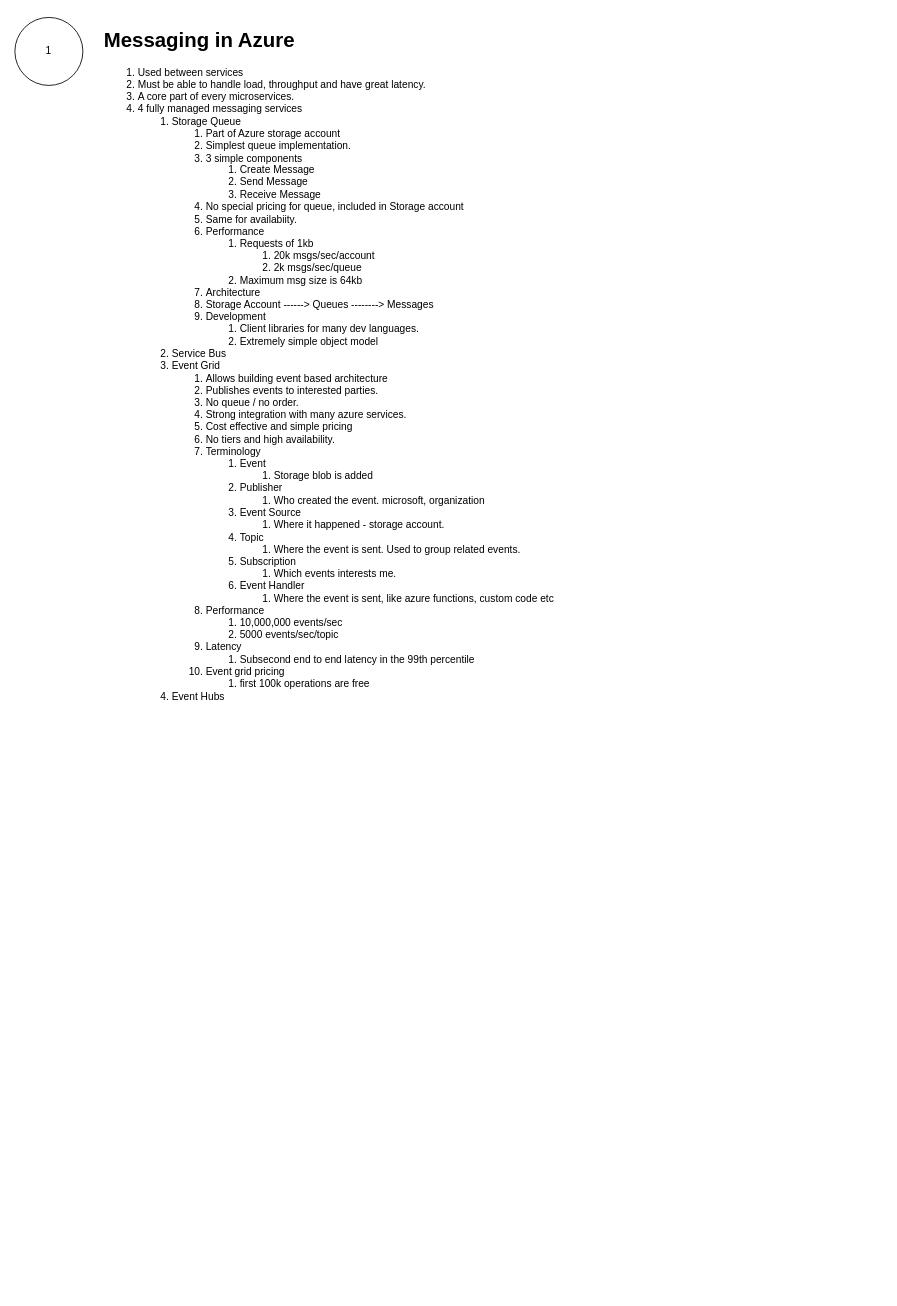
Before: page "Azure Data - Messaging" (8 of 8) of Azure detailed.drawio in snair0410/cv, a draw.io diagram. Source tidied: cells renumbered, new cells numbered last; positions are measured from the earlier drawing's top-left corner, leaving out a move shared by most shapes. Both pictures are drawn from the tidied source at 85%, with x=0, y=0 at pixel (14, 17).
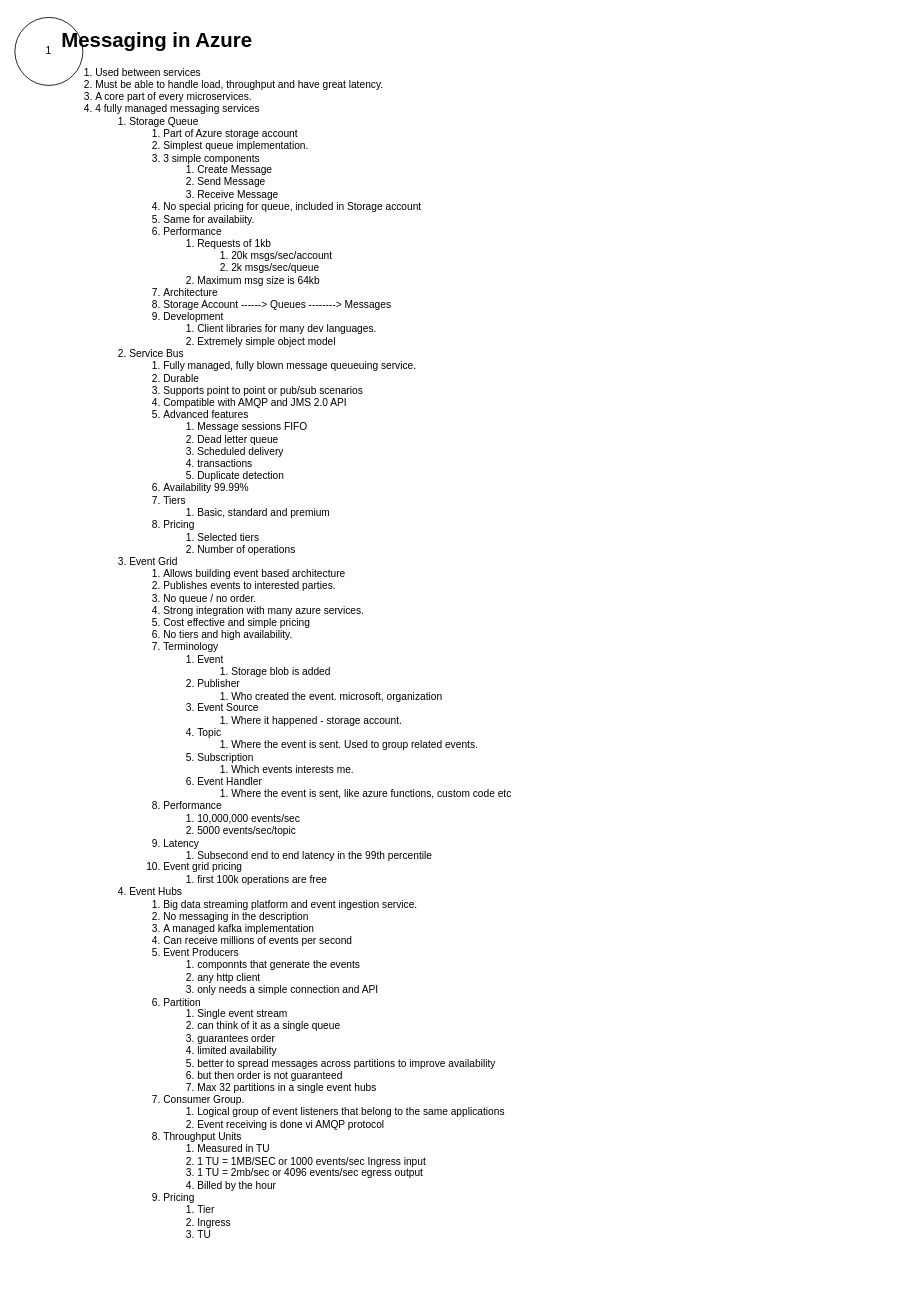
Above is the later version.

The edit, as a diff of the source:
```diff
@@
 <mxGraphModel>
   <root>
     <mxCell id="0" />
     <mxCell id="1" parent="0" />
     <mxCell id="2" value="1" style="ellipse;whiteSpace=wrap;html=1;" parent="1" vertex="1">
       <mxGeometry width="80" height="80" as="geometry" />
     </mxCell>
-    <mxCell id="3" value="&lt;h1&gt;Messaging in Azure&lt;/h1&gt;&lt;div&gt;&lt;ol&gt;&lt;li&gt;Used between services&lt;/li&gt;&lt;li&gt;Must be able to handle load, throughput and have great latency.&lt;/li&gt;&lt;li&gt;A core part of every microservices.&amp;nbsp;&lt;/li&gt;&lt;li&gt;4 fully managed messaging services&lt;/li&gt;&lt;ol&gt;&lt;li&gt;Storage Queue&lt;/li&gt;&lt;ol&gt;&lt;li&gt;Part of Azure storage account&lt;/li&gt;&lt;li&gt;Simplest queue implementation.&lt;/li&gt;&lt;li&gt;3 simple components&lt;/li&gt;&lt;ol&gt;&lt;li&gt;Create Message&lt;/li&gt;&lt;li&gt;Send Message&lt;/li&gt;&lt;li&gt;Receive Message&lt;/li&gt;&lt;/ol&gt;&lt;li&gt;No special pricing for queue, included in Storage account&lt;/li&gt;&lt;li&gt;Same for availabiity.&lt;/li&gt;&lt;li&gt;Performance&lt;/li&gt;&lt;ol&gt;&lt;li&gt;Requests of 1kb&lt;/li&gt;&lt;ol&gt;&lt;li&gt;20k msgs/sec/account&lt;/li&gt;&lt;li&gt;2k msgs/sec/queue&lt;/li&gt;&lt;/ol&gt;&lt;li&gt;Maximum msg size is 64kb&lt;/li&gt;&lt;/ol&gt;&lt;li&gt;Architecture&lt;/li&gt;&lt;li&gt;Storage Account ------&amp;gt; Queues --------&amp;gt; Messages&lt;/li&gt;&lt;li&gt;Development&amp;nbsp;&lt;/li&gt;&lt;ol&gt;&lt;li&gt;Client libraries for many dev languages.&lt;/li&gt;&lt;li&gt;Extremely simple object model&amp;nbsp;&lt;/li&gt;&lt;/ol&gt;&lt;/ol&gt;&lt;li&gt;Service Bus&lt;/li&gt;&lt;li&gt;Event Grid&lt;/li&gt;&lt;ol&gt;&lt;li&gt;Allows building event based architecture&lt;/li&gt;&lt;li&gt;Publishes events to interested parties.&lt;/li&gt;&lt;li&gt;No queue / no order.&lt;/li&gt;&lt;li&gt;Strong integration with many azure services.&lt;/li&gt;&lt;li&gt;Cost effective and simple pricing&lt;/li&gt;&lt;li&gt;No tiers and high availability.&amp;nbsp;&lt;/li&gt;&lt;li&gt;Terminology&lt;/li&gt;&lt;ol&gt;&lt;li&gt;Event&amp;nbsp;&lt;/li&gt;&lt;ol&gt;&lt;li&gt;Storage blob is added&amp;nbsp;&lt;/li&gt;&lt;/ol&gt;&lt;li&gt;Publisher&lt;/li&gt;&lt;ol&gt;&lt;li&gt;Who created the event. microsoft, organization&lt;/li&gt;&lt;/ol&gt;&lt;li&gt;Event Source&lt;/li&gt;&lt;ol&gt;&lt;li&gt;Where it happened - storage account.&lt;/li&gt;&lt;/ol&gt;&lt;li&gt;Topic&lt;/li&gt;&lt;ol&gt;&lt;li&gt;Where the event is sent. Used to group related events.&lt;/li&gt;&lt;/ol&gt;&lt;li&gt;Subscription&lt;/li&gt;&lt;ol&gt;&lt;li&gt;Which events interests me.&amp;nbsp;&lt;/li&gt;&lt;/ol&gt;&lt;li&gt;Event Handler&lt;/li&gt;&lt;ol&gt;&lt;li&gt;Where the event is sent, like azure functions, custom code etc&amp;nbsp;&lt;/li&gt;&lt;/ol&gt;&lt;/ol&gt;&lt;li&gt;Performance&amp;nbsp;&lt;/li&gt;&lt;ol&gt;&lt;li&gt;10,000,000 events/sec&lt;/li&gt;&lt;li&gt;5000 events/sec/topic&lt;/li&gt;&lt;/ol&gt;&lt;li&gt;Latency&lt;/li&gt;&lt;ol&gt;&lt;li&gt;Subsecond end to end latency in the 99th percentile&lt;/li&gt;&lt;/ol&gt;&lt;li&gt;Event grid pricing&lt;/li&gt;&lt;ol&gt;&lt;li&gt;first 100k operations are free&lt;/li&gt;&lt;/ol&gt;&lt;/ol&gt;&lt;li&gt;Event Hubs&lt;/li&gt;&lt;/ol&gt;&lt;/ol&gt;&lt;/div&gt;" style="text;html=1;strokeColor=none;fillColor=none;spacing=5;spacingTop=-20;whiteSpace=wrap;overflow=hidden;rounded=0;" parent="1" vertex="1">
-      <mxGeometry x="100" y="7" width="920" height="1333" as="geometry" />
+    <mxCell id="3" value="&lt;h1&gt;Messaging in Azure&lt;/h1&gt;&lt;div&gt;&lt;ol&gt;&lt;li&gt;Used between services&lt;/li&gt;&lt;li&gt;Must be able to handle load, throughput and have great latency.&lt;/li&gt;&lt;li&gt;A core part of every microservices.&amp;nbsp;&lt;/li&gt;&lt;li&gt;4 fully managed messaging services&lt;/li&gt;&lt;ol&gt;&lt;li&gt;Storage Queue&lt;/li&gt;&lt;ol&gt;&lt;li&gt;Part of Azure storage account&lt;/li&gt;&lt;li&gt;Simplest queue implementation.&lt;/li&gt;&lt;li&gt;3 simple components&lt;/li&gt;&lt;ol&gt;&lt;li&gt;Create Message&lt;/li&gt;&lt;li&gt;Send Message&lt;/li&gt;&lt;li&gt;Receive Message&lt;/li&gt;&lt;/ol&gt;&lt;li&gt;No special pricing for queue, included in Storage account&lt;/li&gt;&lt;li&gt;Same for availabiity.&lt;/li&gt;&lt;li&gt;Performance&lt;/li&gt;&lt;ol&gt;&lt;li&gt;Requests of 1kb&lt;/li&gt;&lt;ol&gt;&lt;li&gt;20k msgs/sec/account&lt;/li&gt;&lt;li&gt;2k msgs/sec/queue&lt;/li&gt;&lt;/ol&gt;&lt;li&gt;Maximum msg size is 64kb&lt;/li&gt;&lt;/ol&gt;&lt;li&gt;Architecture&lt;/li&gt;&lt;li&gt;Storage Account ------&amp;gt; Queues --------&amp;gt; Messages&lt;/li&gt;&lt;li&gt;Development&amp;nbsp;&lt;/li&gt;&lt;ol&gt;&lt;li&gt;Client libraries for many dev languages.&lt;/li&gt;&lt;li&gt;Extremely simple object model&amp;nbsp;&lt;/li&gt;&lt;/ol&gt;&lt;/ol&gt;&lt;li&gt;Service Bus&lt;/li&gt;&lt;ol&gt;&lt;li&gt;Fully managed, fully blown message queueuing service.&amp;nbsp;&lt;/li&gt;&lt;li&gt;Durable&lt;/li&gt;&lt;li&gt;Supports point to point or pub/sub scenarios&lt;/li&gt;&lt;li&gt;Compatible with AMQP and JMS 2.0 API&lt;/li&gt;&lt;li&gt;Advanced features&lt;/li&gt;&lt;ol&gt;&lt;li&gt;Message sessions FIFO&lt;/li&gt;&lt;li&gt;Dead letter queue&lt;/li&gt;&lt;li&gt;Scheduled delivery&lt;/li&gt;&lt;li&gt;transactions&lt;/li&gt;&lt;li&gt;Duplicate detection&lt;/li&gt;&lt;/ol&gt;&lt;li&gt;Availability 99.99%&lt;/li&gt;&lt;li&gt;Tiers&lt;/li&gt;&lt;ol&gt;&lt;li&gt;Basic, standard and premium&lt;/li&gt;&lt;/ol&gt;&lt;li&gt;Pricing&lt;/li&gt;&lt;ol&gt;&lt;li&gt;Selected tiers&lt;/li&gt;&lt;li&gt;Number of operations&lt;/li&gt;&lt;/ol&gt;&lt;/ol&gt;&lt;li&gt;Event Grid&lt;/li&gt;&lt;ol&gt;&lt;li&gt;Allows building event based architecture&lt;/li&gt;&lt;li&gt;Publishes events to interested parties.&lt;/li&gt;&lt;li&gt;No queue / no order.&lt;/li&gt;&lt;li&gt;Strong integration with many azure services.&lt;/li&gt;&lt;li&gt;Cost effective and simple pricing&lt;/li&gt;&lt;li&gt;No tiers and high availability.&amp;nbsp;&lt;/li&gt;&lt;li&gt;Terminology&lt;/li&gt;&lt;ol&gt;&lt;li&gt;Event&amp;nbsp;&lt;/li&gt;&lt;ol&gt;&lt;li&gt;Storage blob is added&amp;nbsp;&lt;/li&gt;&lt;/ol&gt;&lt;li&gt;Publisher&lt;/li&gt;&lt;ol&gt;&lt;li&gt;Who created the event. microsoft, organization&lt;/li&gt;&lt;/ol&gt;&lt;li&gt;Event Source&lt;/li&gt;&lt;ol&gt;&lt;li&gt;Where it happened - storage account.&lt;/li&gt;&lt;/ol&gt;&lt;li&gt;Topic&lt;/li&gt;&lt;ol&gt;&lt;li&gt;Where the event is sent. Used to group related events.&lt;/li&gt;&lt;/ol&gt;&lt;li&gt;Subscription&lt;/li&gt;&lt;ol&gt;&lt;li&gt;Which events interests me.&amp;nbsp;&lt;/li&gt;&lt;/ol&gt;&lt;li&gt;Event Handler&lt;/li&gt;&lt;ol&gt;&lt;li&gt;Where the event is sent, like azure functions, custom code etc&amp;nbsp;&lt;/li&gt;&lt;/ol&gt;&lt;/ol&gt;&lt;li&gt;Performance&amp;nbsp;&lt;/li&gt;&lt;ol&gt;&lt;li&gt;10,000,000 events/sec&lt;/li&gt;&lt;li&gt;5000 events/sec/topic&lt;/li&gt;&lt;/ol&gt;&lt;li&gt;Latency&lt;/li&gt;&lt;ol&gt;&lt;li&gt;Subsecond end to end latency in the 99th percentile&lt;/li&gt;&lt;/ol&gt;&lt;li&gt;Event grid pricing&lt;/li&gt;&lt;ol&gt;&lt;li&gt;first 100k operations are free&lt;/li&gt;&lt;/ol&gt;&lt;/ol&gt;&lt;li&gt;Event Hubs&lt;/li&gt;&lt;ol&gt;&lt;li&gt;Big data streaming platform and event ingestion service.&amp;nbsp;&lt;/li&gt;&lt;li&gt;No messaging in the description&amp;nbsp;&lt;/li&gt;&lt;li&gt;A managed kafka implementation&lt;/li&gt;&lt;li&gt;Can receive millions of events per second&lt;/li&gt;&lt;li&gt;Event Producers&lt;/li&gt;&lt;ol&gt;&lt;li&gt;componnts that generate the events&lt;/li&gt;&lt;li&gt;any http client&lt;/li&gt;&lt;li&gt;only needs a simple connection and API&lt;/li&gt;&lt;/ol&gt;&lt;li&gt;Partition&lt;/li&gt;&lt;ol&gt;&lt;li&gt;Single event stream&lt;/li&gt;&lt;li&gt;can think of it as a single queue&lt;/li&gt;&lt;li&gt;guarantees order&lt;/li&gt;&lt;li&gt;limited availability&lt;/li&gt;&lt;li&gt;better to spread messages across partitions to improve availability&lt;/li&gt;&lt;li&gt;but then order is not guaranteed&lt;/li&gt;&lt;li&gt;Max 32 partitions in a single event hubs&lt;/li&gt;&lt;/ol&gt;&lt;li&gt;Consumer Group.&lt;/li&gt;&lt;ol&gt;&lt;li&gt;Logical group of event listeners that belong to the same applications&lt;/li&gt;&lt;li&gt;Event receiving is done vi AMQP protocol&lt;/li&gt;&lt;/ol&gt;&lt;li&gt;Throughput Units&lt;/li&gt;&lt;ol&gt;&lt;li&gt;Measured in TU&lt;/li&gt;&lt;li&gt;1 TU = 1MB/SEC or 1000 events/sec Ingress input&lt;/li&gt;&lt;li&gt;1 TU = 2mb/sec or 4096 events/sec egress output&lt;/li&gt;&lt;li&gt;Billed by the hour&lt;/li&gt;&lt;/ol&gt;&lt;li&gt;Pricing&lt;/li&gt;&lt;ol&gt;&lt;li&gt;Tier&lt;/li&gt;&lt;li&gt;Ingress&lt;/li&gt;&lt;li&gt;TU&lt;/li&gt;&lt;/ol&gt;&lt;/ol&gt;&lt;/ol&gt;&lt;/ol&gt;&lt;/div&gt;" style="text;html=1;strokeColor=none;fillColor=none;spacing=5;spacingTop=-20;whiteSpace=wrap;overflow=hidden;rounded=0;" parent="1" vertex="1">
+      <mxGeometry x="50" y="7" width="970" height="1493" as="geometry" />
     </mxCell>
   </root>
 </mxGraphModel>
```
